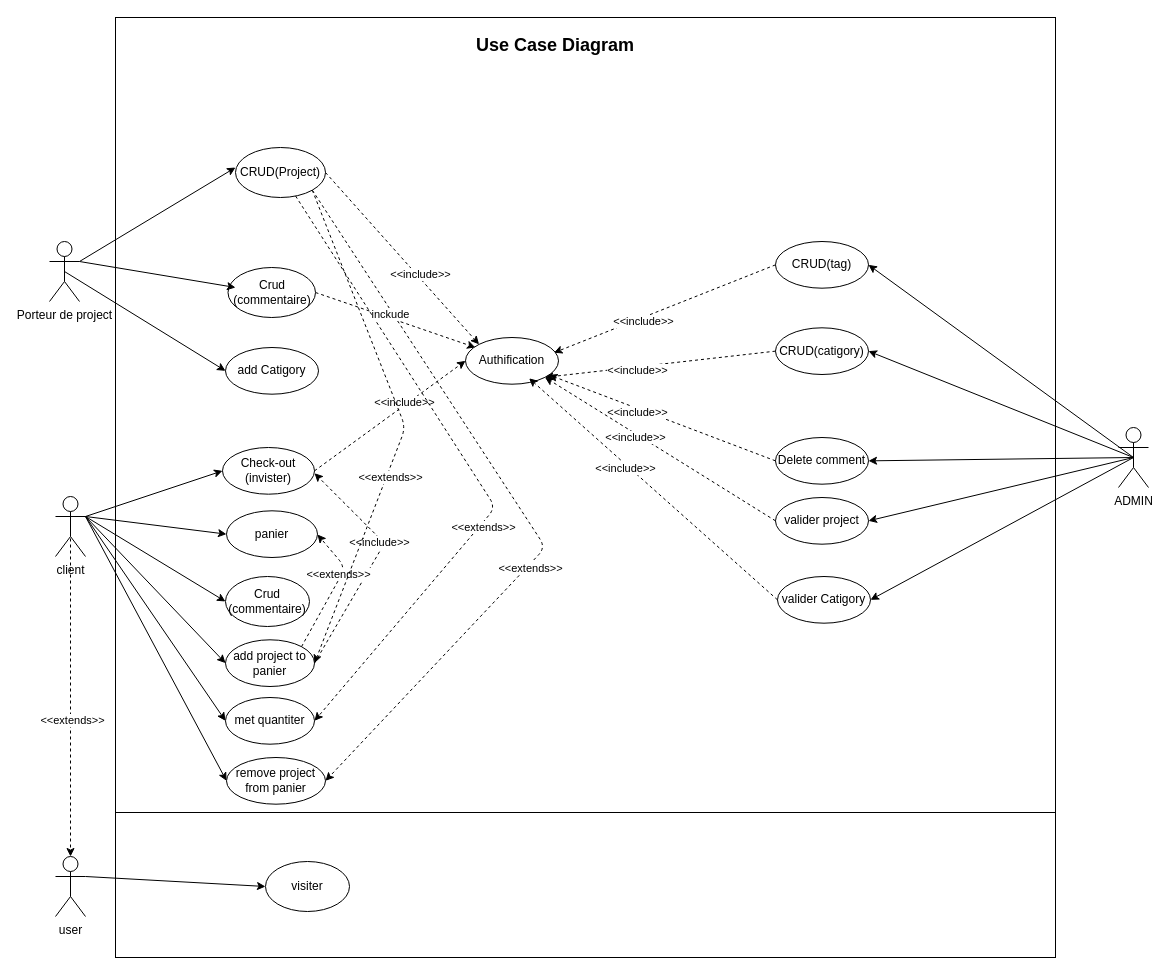
This is conception_base_de_donnee/USE_CASE_fillrouge.drawio from ZroudAbdelilah/juststart, a draw.io file, before an edit. Source tidied: cells renumbered, new cells numbered last; positions are measured from the earlier drawing's top-left corner, leaving out a move shared by most shapes. Both pictures are drawn from the tidied source at 100%, with x=0, y=0 at pixel (49, 17).
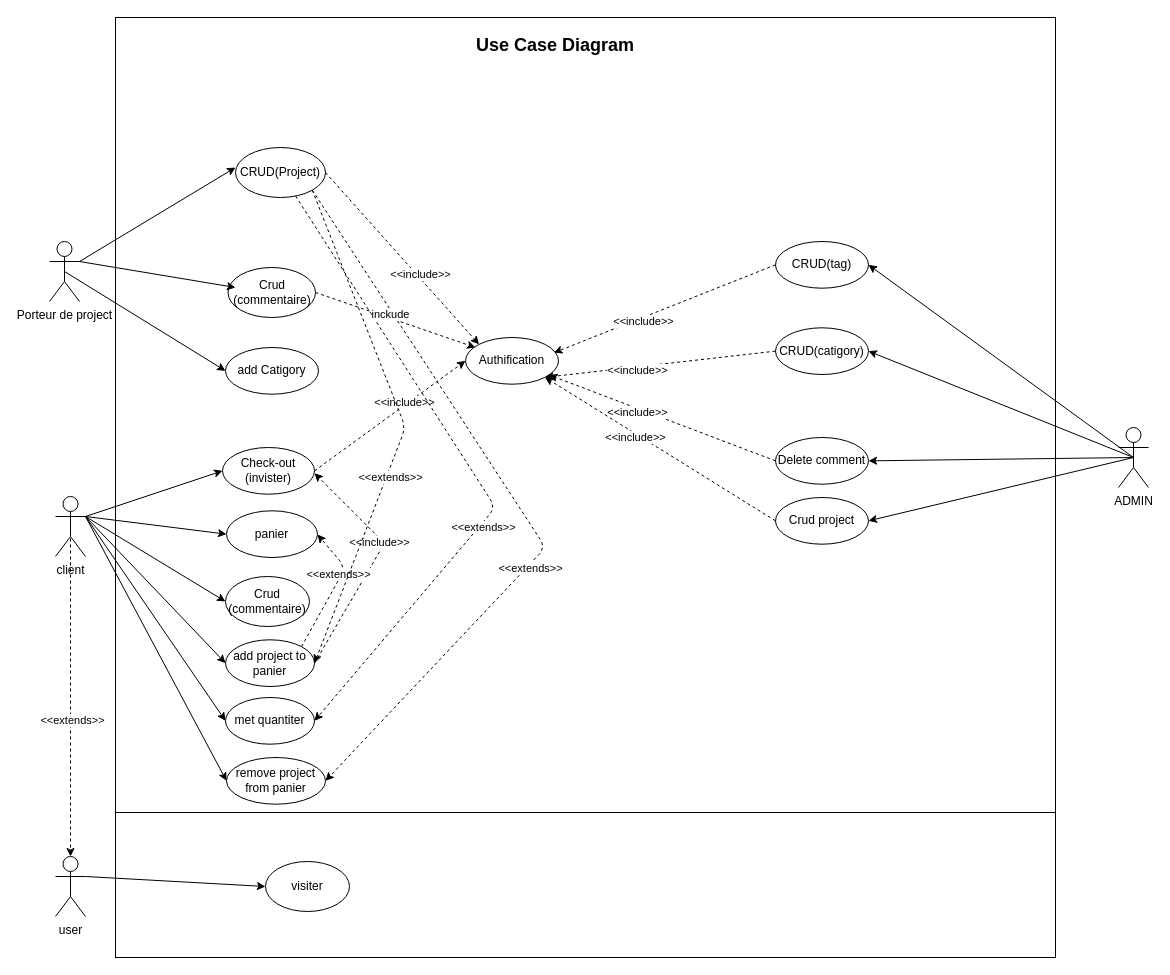
After the change.

Unchanged cells that the change refers to:
```xml
<mxCell id="13" value="ADMIN" style="shape=umlActor;verticalLabelPosition=bottom;verticalAlign=top;html=1;outlineConnect=0;" parent="1" vertex="1">
  <mxGeometry x="1069" y="410" width="30" height="60" as="geometry" />
</mxCell>
<mxCell id="22" value="Authification" style="ellipse;whiteSpace=wrap;html=1;" parent="1" vertex="1">
  <mxGeometry x="416" y="320" width="93" height="46.7" as="geometry" />
</mxCell>
```

What changed in the source:
```diff
@@
-    <mxCell id="24" value="valider project" style="ellipse;whiteSpace=wrap;html=1;" parent="1" vertex="1">
+    <mxCell id="24" value="Crud project" style="ellipse;whiteSpace=wrap;html=1;" parent="1" vertex="1">
       <mxGeometry x="726" y="480" width="93" height="46.7" as="geometry" />
     </mxCell>
@@
-    <mxCell id="62" value="valider Catigory" style="ellipse;whiteSpace=wrap;html=1;" parent="1" vertex="1">
-      <mxGeometry x="728" y="559" width="93" height="46.7" as="geometry" />
-    </mxCell>
-    <mxCell id="63" style="endArrow=classic;html=1;exitX=0.5;exitY=0.5;exitDx=0;exitDy=0;exitPerimeter=0;entryX=1;entryY=0.5;entryDx=0;entryDy=0;" parent="1" edge="1" source="13" target="62">
-      <mxGeometry relative="1" as="geometry" />
-    </mxCell>
@@
-    <mxCell id="66" style="endArrow=classic;html=1;exitX=0;exitY=0.5;exitDx=0;exitDy=0;dashed=1;entryX=0.684;entryY=0.874;entryDx=0;entryDy=0;entryPerimeter=0;" parent="1" edge="1" source="62" target="22">
-      <mxGeometry relative="1" as="geometry" />
-    </mxCell>
-    <mxCell id="67" value="&amp;lt;&amp;lt;include&amp;gt;&amp;gt;" style="edgeLabel;html=1;align=center;verticalAlign=middle;" parent="66" vertex="1">
-      <mxGeometry x="0.21" y="3" relative="1" as="geometry" />
-    </mxCell>
```
